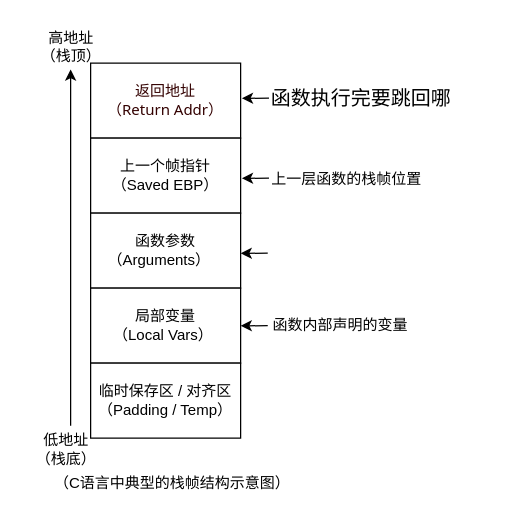
Before: 变1.drawio in ZhouQuan-7237/123, a draw.io diagram. Source tidied: cells renumbered, new cells numbered last; positions are measured from the earlier drawing's top-left corner, leaving out a move shared by most shapes. Both pictures are drawn from the tidied source at 125%, with x=0, y=0 at pixel (21, 21).
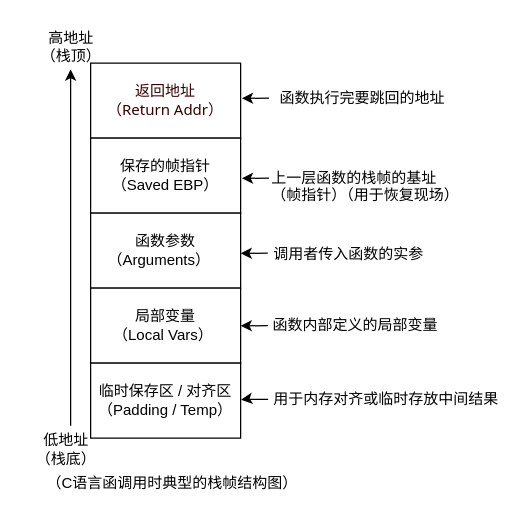
The same page after the edit.

The edit, as a diff of the source:
```diff
@@
-    <mxCell id="3" value="上一个帧指针（Saved EBP）" style="rounded=0;whiteSpace=wrap;html=1;" parent="1" vertex="1">
+    <mxCell id="3" value="保存的帧指针（Saved EBP）" style="rounded=0;whiteSpace=wrap;html=1;" parent="1" vertex="1">
       <mxGeometry x="55" y="93" width="120" height="60" as="geometry" />
     </mxCell>
@@
-    <mxCell id="13" value="函数执行完要跳回哪" style="text;html=1;align=center;verticalAlign=middle;strokeColor=none;fillColor=none;fontSize=16;" parent="1" vertex="1">
-      <mxGeometry x="186" y="46" width="170" height="30" as="geometry" />
+    <mxCell id="13" value="&lt;font style=&quot;font-size: 12px;&quot;&gt;函数执行完要跳回的地址&lt;/font&gt;" style="text;html=1;align=center;verticalAlign=middle;strokeColor=none;fillColor=none;fontSize=16;" parent="1" vertex="1">
+      <mxGeometry x="192" y="44" width="160" height="30" as="geometry" />
     </mxCell>
-    <mxCell id="14" value="上一层函数的栈帧位置" style="text;whiteSpace=wrap;html=1;" parent="1" vertex="1">
-      <mxGeometry x="198" y="112" width="150" height="40" as="geometry" />
+    <mxCell id="14" value="上一层函数的栈帧的基址（帧指针）（用于恢复现场）" style="text;whiteSpace=wrap;html=1;" parent="1" vertex="1">
+      <mxGeometry x="198" y="111" width="150" height="40" as="geometry" />
     </mxCell>
-    <mxCell id="15" value="函数内部声明的变量" style="text;whiteSpace=wrap;html=1;" parent="1" vertex="1">
-      <mxGeometry x="199" y="229" width="140" height="40" as="geometry" />
+    <mxCell id="15" value="函数内部定义的局部变量" style="text;whiteSpace=wrap;html=1;" parent="1" vertex="1">
+      <mxGeometry x="199" y="229" width="160" height="40" as="geometry" />
     </mxCell>
-    <mxCell id="16" value="&lt;font style=&quot;font-size: 12px;&quot;&gt;（C语言中典型的栈帧结构示意图）&lt;/font&gt;" style="text;html=1;align=center;verticalAlign=middle;strokeColor=none;fillColor=none;fontSize=16;" parent="1" vertex="1">
-      <mxGeometry x="15" y="352" width="210" height="30" as="geometry" />
+    <mxCell id="16" value="&lt;font style=&quot;font-size: 12px;&quot;&gt;（C语言函调用时典型的栈帧结构图）&lt;/font&gt;" style="text;html=1;align=center;verticalAlign=middle;strokeColor=none;fillColor=none;fontSize=16;" parent="1" vertex="1">
+      <mxGeometry x="10" y="352" width="220" height="30" as="geometry" />
     </mxCell>
@@
+    <mxCell id="18" value="&lt;font style=&quot;font-size: 12px;&quot;&gt;调用者传入函数的实参&lt;/font&gt;" style="text;html=1;align=center;verticalAlign=middle;strokeColor=none;fillColor=none;fontSize=16;" parent="1" vertex="1">
+      <mxGeometry x="191" y="169" width="140" height="30" as="geometry" />
+    </mxCell>
+    <mxCell id="19" style="endArrow=classic;html=1;rounded=0;entryX=1;entryY=0.667;entryDx=0;entryDy=0;entryPerimeter=0;exitX=-0.018;exitY=0.426;exitDx=0;exitDy=0;exitPerimeter=0;" parent="1" edge="1">
+      <mxGeometry relative="1" as="geometry">
+        <mxPoint x="197" y="302" as="sourcePoint" />
+        <mxPoint x="175.3" y="302.2" as="targetPoint" />
+        <Array as="points">
+          <mxPoint x="177" y="302" />
+        </Array>
+      </mxGeometry>
+    </mxCell>
+    <mxCell id="20" value="&lt;font style=&quot;font-size: 12px;&quot;&gt;用于内存对齐或临时存放中间结果&lt;/font&gt;" style="text;html=1;align=center;verticalAlign=middle;strokeColor=none;fillColor=none;fontSize=16;" parent="1" vertex="1">
+      <mxGeometry x="191" y="285" width="200" height="30" as="geometry" />
+    </mxCell>
```
